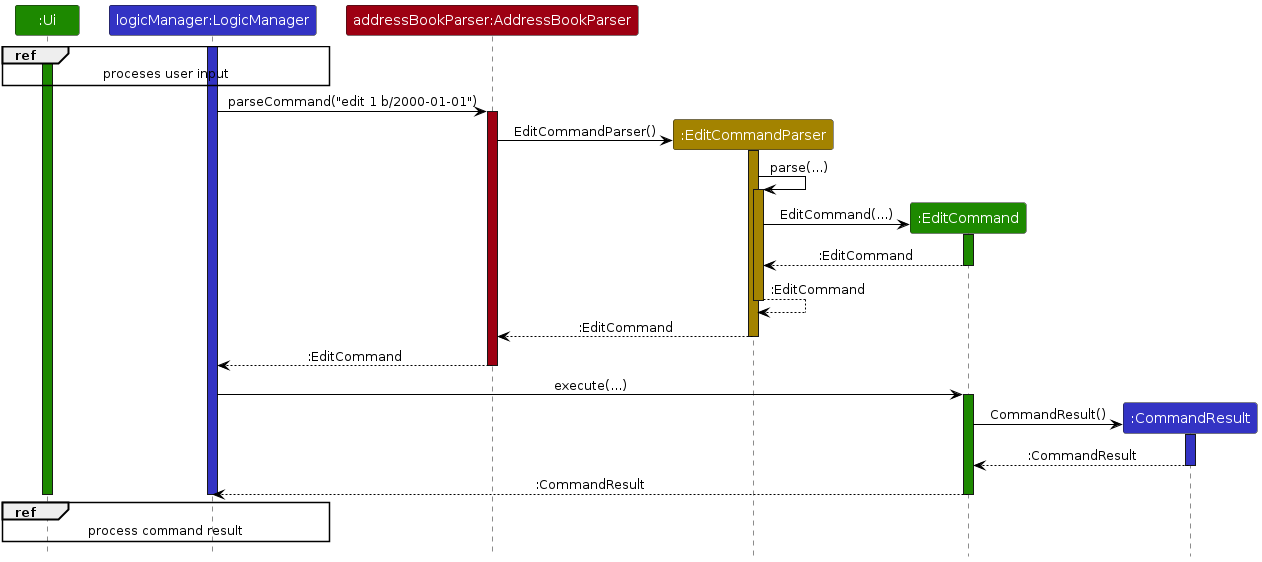
Above: diagrams/EditUser.png in AY2324S2-CS2103T-T15-3/tp (PlantUML), before the change. Its source is kept beside it as diagrams/EditUser.puml. Source of this version:
```plantuml
@startuml
!include style.puml
skinparam ArrowFontStyle plain

Participant ":Ui" as ui UI_COLOR
Participant "logicManager:LogicManager" as logicManager LOGIC_COLOR
Participant "addressBookParser:AddressBookParser" as addressBookParser MODEL_COLOR
Participant ":EditCommandParser" as editCommandParser STORAGE_COLOR
Participant ":EditCommand" as editCommand UI_COLOR
Participant ":CommandResult" as commandResult LOGIC_COLOR

activate ui UI_COLOR

ref over logicManager, ui : proceses user input
activate logicManager LOGIC_COLOR

logicManager -[USER_COLOR]> addressBookParser : parseCommand("edit 1 b/2000-01-01")
activate addressBookParser MODEL_COLOR

addressBookParser -[USER_COLOR]> editCommandParser ** : EditCommandParser()
activate editCommandParser STORAGE_COLOR

editCommandParser -[USER_COLOR]> editCommandParser : parse(...)
activate editCommandParser STORAGE_COLOR

editCommandParser -[USER_COLOR]> editCommand ** : EditCommand(...)
activate editCommand UI_COLOR

editCommand -[USER_COLOR]-> editCommandParser : :EditCommand
deactivate editCommand

editCommandParser -[USER_COLOR]-> editCommandParser : :EditCommand
deactivate editCommandParser

editCommandParser -[USER_COLOR]-> addressBookParser : :EditCommand
deactivate editCommandParser

addressBookParser -[USER_COLOR]-> logicManager : :EditCommand
deactivate addressBookParser

logicManager -[USER_COLOR]> editCommand : execute(...)
activate editCommand UI_COLOR

editCommand -[USER_COLOR]> commandResult ** : CommandResult()
activate commandResult LOGIC_COLOR

commandResult -[USER_COLOR]-> editCommand : :CommandResult
deactivate commandResult

editCommand -[USER_COLOR]-> logicManager: :CommandResult
deactivate editCommand

ref over logicManager, ui : process command result
deactivate logicManager

deactivate ui

@enduml
```
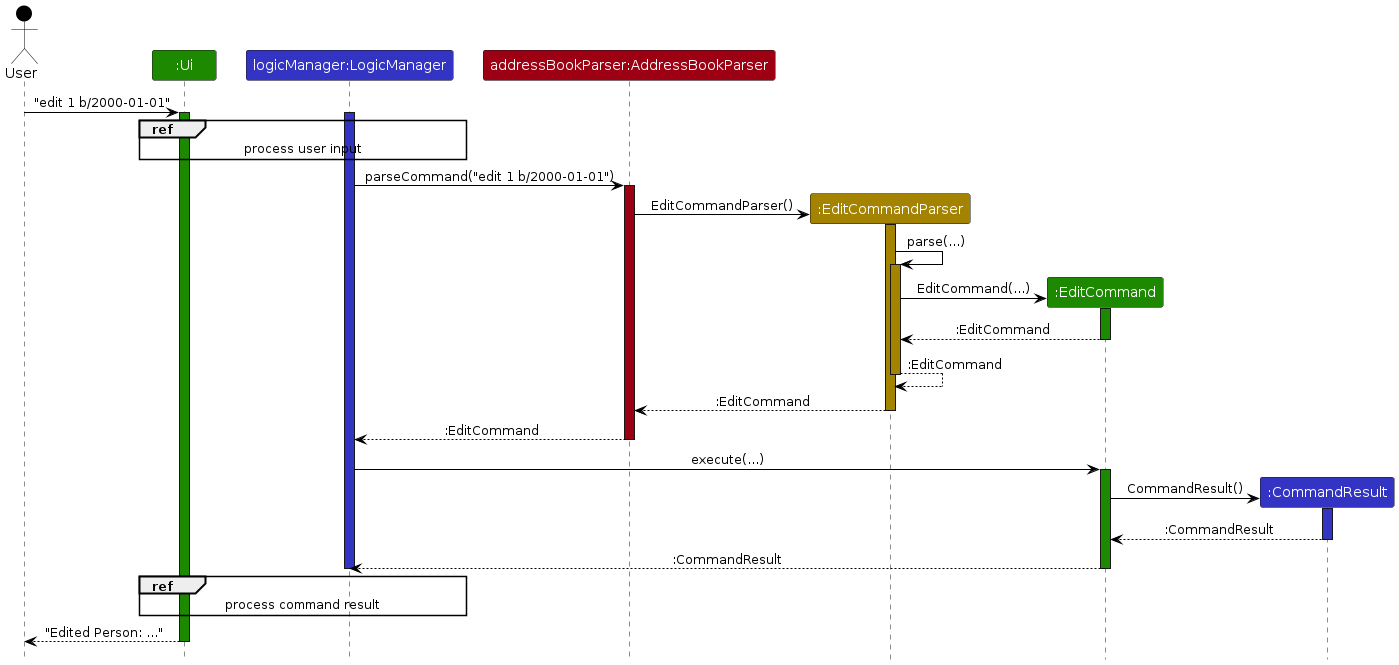
Later version of the same file.

Change to the diagram source:
```diff
@@ -2,6 +2,7 @@
 !include style.puml
 skinparam ArrowFontStyle plain
 
+Actor User as user USER_COLOR
 Participant ":Ui" as ui UI_COLOR
 Participant "logicManager:LogicManager" as logicManager LOGIC_COLOR
 Participant "addressBookParser:AddressBookParser" as addressBookParser MODEL_COLOR
@@ -9,9 +10,10 @@
 Participant ":EditCommand" as editCommand UI_COLOR
 Participant ":CommandResult" as commandResult LOGIC_COLOR
 
+user -[USER_COLOR]> ui : "edit 1 b/2000-01-01"
 activate ui UI_COLOR
 
-ref over logicManager, ui : proceses user input
+ref over logicManager, ui : process user input
 activate logicManager LOGIC_COLOR
 
 logicManager -[USER_COLOR]> addressBookParser : parseCommand("edit 1 b/2000-01-01")
@@ -53,6 +55,7 @@
 ref over logicManager, ui : process command result
 deactivate logicManager
 
+ui -[USER_COLOR]-> user : "Edited Person: ..."
 deactivate ui
 
 @enduml
```
